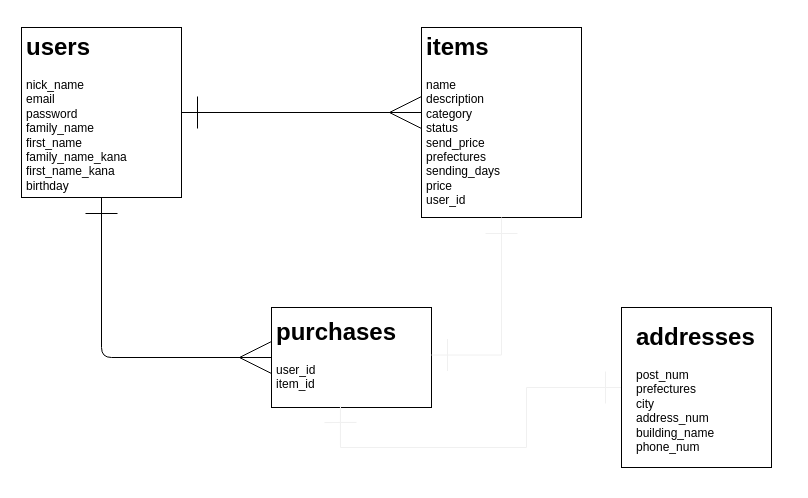
97ishikawa9/furima-31101 keeps this draw.io diagram as db.drawio. Above is the earlier version. Source tidied: cells renumbered, new cells numbered last; positions are measured from the earlier drawing's top-left corner, leaving out a move shared by most shapes. Both pictures are drawn from the tidied source at 100%, with x=0, y=0 at pixel (21, 27).
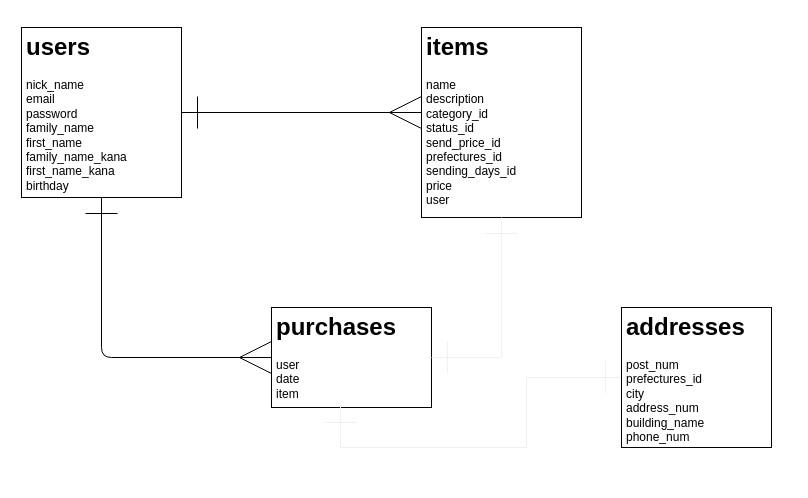
After the change.

Commit message:
ER図のカラム名修正

What changed in the source:
```diff
@@
 <mxGraphModel>
   <root>
     <mxCell id="0" />
     <mxCell id="1" parent="0" />
     <mxCell id="2" style="whiteSpace=wrap;html=1;" parent="1" vertex="1">
       <mxGeometry width="160" height="170" as="geometry" />
     </mxCell>
     <mxCell id="3" style="whiteSpace=wrap;html=1;" parent="1" vertex="1">
       <mxGeometry x="400" width="160" height="190" as="geometry" />
     </mxCell>
     <mxCell id="4" style="whiteSpace=wrap;html=1;" parent="1" vertex="1">
       <mxGeometry x="250" y="280" width="160" height="100" as="geometry" />
     </mxCell>
     <mxCell id="5" style="edgeStyle=orthogonalEdgeStyle;jettySize=auto;html=1;endArrow=ERmany;endFill=0;startArrow=ERone;startFill=0;strokeWidth=1;endSize=30;targetPerimeterSpacing=0;startSize=30;" parent="1" edge="1" source="10" target="8">
       <mxGeometry relative="1" as="geometry">
         <Array as="points">
           <mxPoint x="160" y="95" />
         </Array>
       </mxGeometry>
     </mxCell>
     <mxCell id="6" style="edgeStyle=orthogonalEdgeStyle;jettySize=auto;html=1;exitX=0.5;exitY=1;exitDx=0;exitDy=0;entryX=0;entryY=0.5;entryDx=0;entryDy=0;endArrow=ERmany;endFill=0;startArrow=ERone;startFill=0;endSize=30;startSize=30;" parent="1" edge="1" source="10" target="4">
       <mxGeometry relative="1" as="geometry" />
     </mxCell>
     <mxCell id="7" style="edgeStyle=orthogonalEdgeStyle;rounded=0;jettySize=auto;html=1;exitX=0.5;exitY=1;exitDx=0;exitDy=0;entryX=1;entryY=0.5;entryDx=0;entryDy=0;startArrow=ERone;startFill=0;startSize=30;endArrow=ERone;endFill=0;endSize=30;targetPerimeterSpacing=0;strokeColor=#f0f0f0;strokeWidth=1;" parent="1" edge="1" source="8" target="9">
       <mxGeometry relative="1" as="geometry" />
     </mxCell>
-    <mxCell id="8" value="&lt;h1&gt;items&lt;/h1&gt;&lt;div&gt;name&lt;br&gt;description&lt;/div&gt;&lt;div&gt;category&lt;/div&gt;&lt;div&gt;status&lt;/div&gt;&lt;div&gt;send_price&lt;/div&gt;&lt;div&gt;prefectures&lt;/div&gt;&lt;div&gt;sending_days&lt;br&gt;price&lt;/div&gt;&lt;div&gt;user_id&lt;/div&gt;&lt;div&gt;&lt;br&gt;&lt;/div&gt;" style="text;html=1;strokeColor=none;spacing=5;spacingTop=-20;whiteSpace=wrap;overflow=hidden;shadow=0;horizontal=1;fontStyle=0;labelBorderColor=none;" parent="1" vertex="1">
+    <mxCell id="8" value="&lt;h1&gt;items&lt;/h1&gt;&lt;div&gt;name&lt;br&gt;description&lt;/div&gt;&lt;div&gt;category_id&lt;/div&gt;&lt;div&gt;status_id&lt;/div&gt;&lt;div&gt;send_price_id&lt;/div&gt;&lt;div&gt;prefectures_id&lt;/div&gt;&lt;div&gt;sending_days_id&lt;br&gt;price&lt;/div&gt;&lt;div&gt;user&lt;/div&gt;&lt;div&gt;&lt;br&gt;&lt;/div&gt;" style="text;html=1;strokeColor=none;spacing=5;spacingTop=-20;whiteSpace=wrap;overflow=hidden;shadow=0;horizontal=1;fontStyle=0;labelBorderColor=none;" parent="1" vertex="1">
       <mxGeometry x="400" width="160" height="190" as="geometry" />
     </mxCell>
-    <mxCell id="9" value="&lt;h1&gt;purchases&lt;/h1&gt;&lt;p&gt;user_id&lt;br&gt;&lt;span&gt;item_id&lt;/span&gt;&lt;/p&gt;" style="text;html=1;strokeColor=none;fillColor=none;spacing=5;spacingTop=-20;whiteSpace=wrap;overflow=hidden;" parent="1" vertex="1">
-      <mxGeometry x="250" y="285" width="160" height="85" as="geometry" />
+    <mxCell id="9" value="&lt;h1&gt;purchases&lt;/h1&gt;&lt;p&gt;user&lt;br&gt;date&lt;br&gt;&lt;span&gt;item&lt;/span&gt;&lt;/p&gt;" style="text;html=1;strokeColor=none;fillColor=none;spacing=5;spacingTop=-20;whiteSpace=wrap;overflow=hidden;" parent="1" vertex="1">
+      <mxGeometry x="250" y="280" width="160" height="100" as="geometry" />
     </mxCell>
     <mxCell id="10" value="&lt;h1&gt;users&lt;/h1&gt;&lt;div&gt;nick_name&lt;/div&gt;&lt;div&gt;email&lt;/div&gt;&lt;div&gt;password&lt;/div&gt;&lt;div&gt;family_name&lt;/div&gt;&lt;div&gt;first_name&lt;/div&gt;&lt;div&gt;family_name_kana&lt;/div&gt;&lt;div&gt;first_name_kana&lt;br&gt;&lt;span&gt;birthday&lt;/span&gt;&lt;/div&gt;&lt;div&gt;&lt;br&gt;&lt;/div&gt;" style="text;html=1;strokeColor=none;fillColor=none;spacing=5;spacingTop=-20;whiteSpace=wrap;overflow=hidden;shadow=1;" parent="1" vertex="1">
       <mxGeometry width="160" height="170" as="geometry" />
     </mxCell>
     <mxCell id="11" style="edgeStyle=orthogonalEdgeStyle;rounded=0;jettySize=auto;html=1;entryX=0.431;entryY=0.99;entryDx=0;entryDy=0;entryPerimeter=0;startArrow=ERone;startFill=0;startSize=30;endArrow=ERone;endFill=0;endSize=30;targetPerimeterSpacing=0;strokeColor=#f0f0f0;strokeWidth=1;" parent="1" edge="1" source="12" target="4">
       <mxGeometry relative="1" as="geometry" />
     </mxCell>
     <mxCell id="12" style="rounded=0;whiteSpace=wrap;html=1;" parent="1" vertex="1">
-      <mxGeometry x="600" y="280" width="150" height="160" as="geometry" />
+      <mxGeometry x="600" y="280" width="150" height="140" as="geometry" />
     </mxCell>
-    <mxCell id="13" value="&lt;h1&gt;addresses&lt;/h1&gt;&lt;p&gt;post_num&lt;br&gt;prefectures&lt;br&gt;city&lt;br&gt;address_num&lt;br&gt;building_name&lt;br&gt;phone_num&lt;br&gt;&lt;/p&gt;" style="text;html=1;strokeColor=none;fillColor=none;spacing=5;spacingTop=-20;whiteSpace=wrap;overflow=hidden;rounded=0;" parent="1" vertex="1">
-      <mxGeometry x="610" y="290" width="160" height="160" as="geometry" />
+    <mxCell id="13" value="&lt;h1&gt;addresses&lt;/h1&gt;&lt;p&gt;post_num&lt;br&gt;prefectures_id&lt;br&gt;city&lt;br&gt;address_num&lt;br&gt;building_name&lt;br&gt;phone_num&lt;br&gt;&lt;/p&gt;" style="text;html=1;strokeColor=none;fillColor=none;spacing=5;spacingTop=-20;whiteSpace=wrap;overflow=hidden;rounded=0;" parent="1" vertex="1">
+      <mxGeometry x="600" y="280" width="150" height="140" as="geometry" />
     </mxCell>
   </root>
 </mxGraphModel>
```
